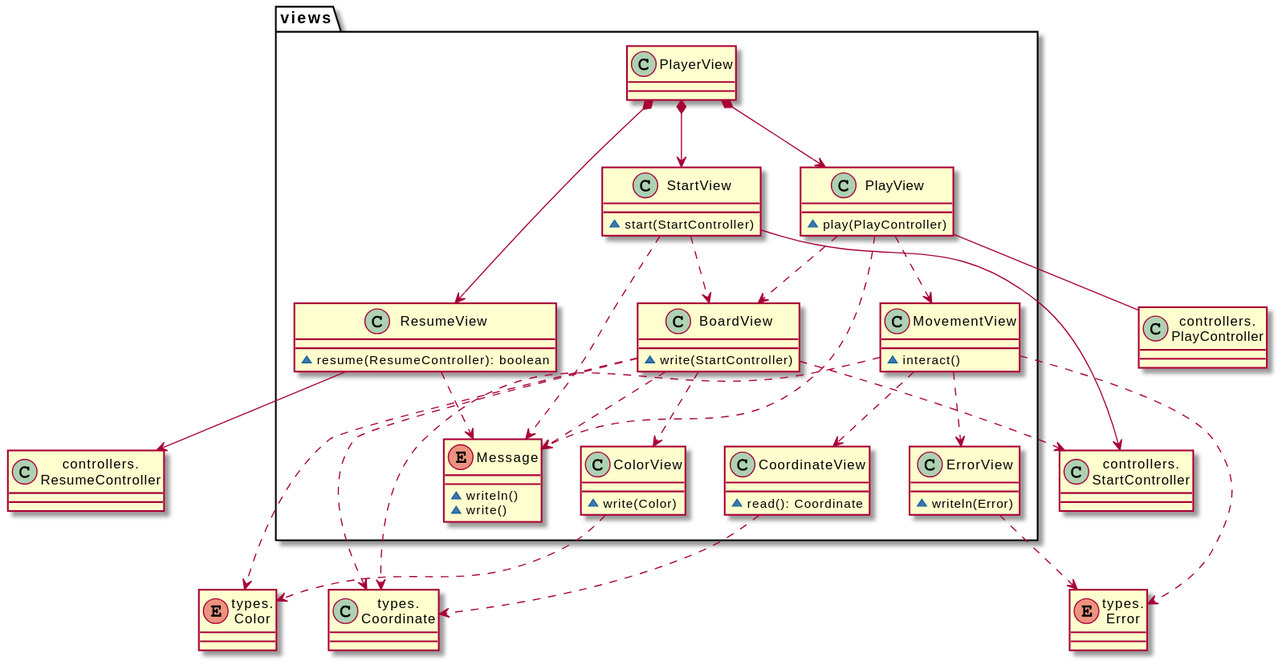
Before: 1.Sencilla/docs/diagrams/out/analisis/packageViews.svg, a diagram exported from PlantUML (EscuelaIt/tictactoe-master-desarrollo-requirements).
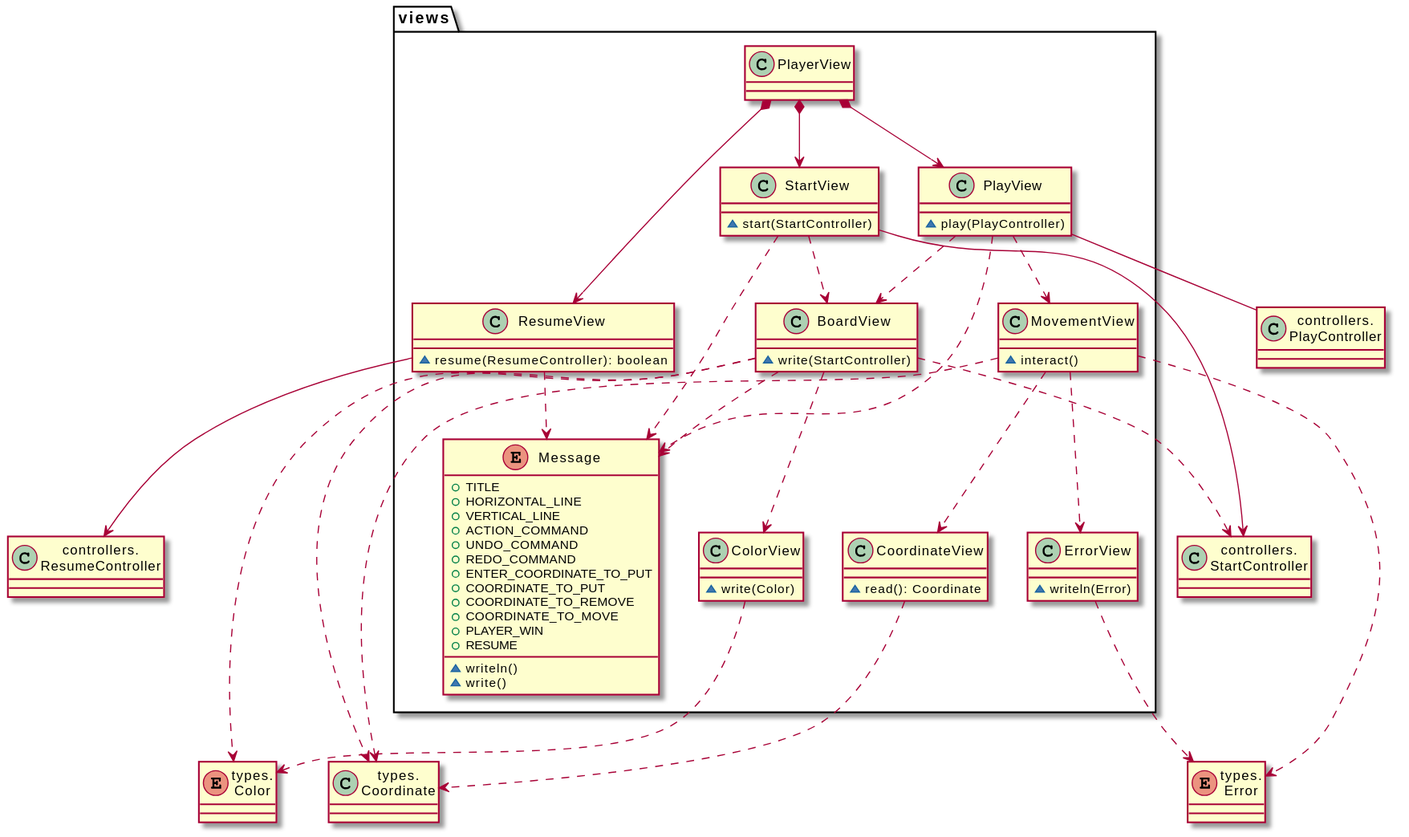
After the commit.

What changed in the source:
```diff
@@ -35,6 +35,18 @@
 }
 
 enum  views.Message{
+    +TITLE
+    +HORIZONTAL_LINE
+    +VERTICAL_LINE
+    +ACTION_COMMAND
+    +UNDO_COMMAND
+    +REDO_COMMAND
+    +ENTER_COORDINATE_TO_PUT
+    +COORDINATE_TO_PUT
+    +COORDINATE_TO_REMOVE
+    +COORDINATE_TO_MOVE
+    +PLAYER_WIN
+    +RESUME
     ~ writeln()
     ~ write()
 }
```
